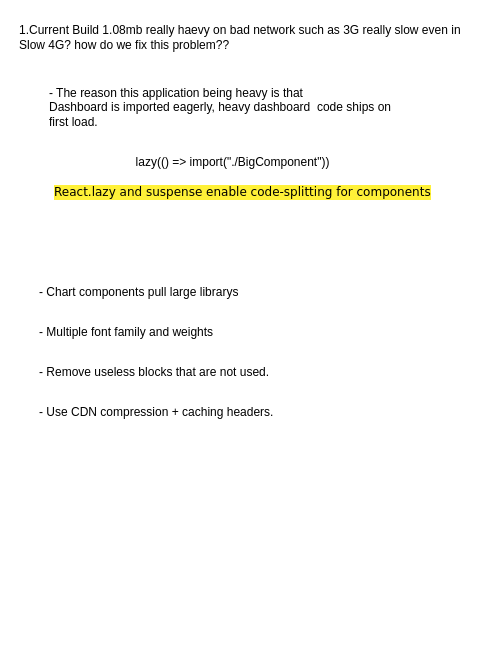
The draw.io diagram page "Problem" (6 of 6) of architecture.drawio in CyrusL06/TrackerGen-, before the edit. Source tidied: cells renumbered, new cells numbered last; positions are measured from the earlier drawing's top-left corner, leaving out a move shared by most shapes. Both pictures are drawn from the tidied source at 100%, with x=0, y=0 at pixel (17, 17).
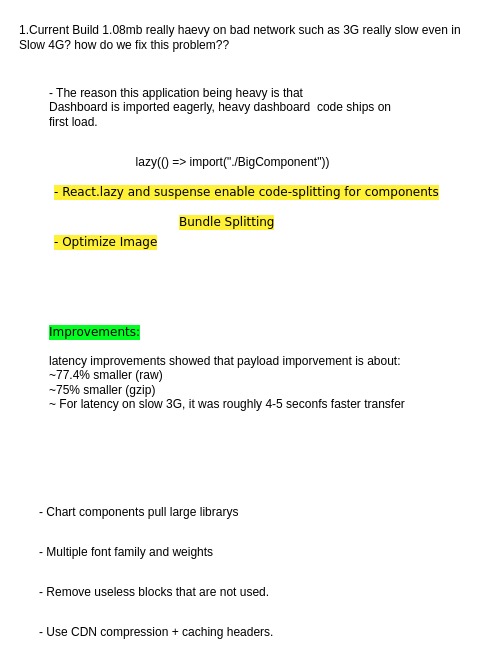
The same diagram, later.

The edit, as a diff of the source:
```diff
@@
 <mxGraphModel>
   <root>
     <mxCell id="0" />
     <mxCell id="1" parent="0" />
     <mxCell id="2" value="1.Current Build 1.08mb really haevy on bad network such as 3G really slow even in&amp;nbsp;&lt;div&gt;Slow 4G? how do we fix this problem??&amp;nbsp;&lt;/div&gt;" style="text;html=1;align=left;verticalAlign=middle;strokeColor=none;fillColor=none;" parent="1" vertex="1">
       <mxGeometry width="470" height="40" as="geometry" />
     </mxCell>
     <mxCell id="3" value="- The reason this application being heavy is that&amp;nbsp;&lt;div&gt;Dashboard is imported eagerly, heavy dashboard&amp;nbsp; code ships on&lt;/div&gt;&lt;div&gt;first load.&lt;/div&gt;" style="text;html=1;align=left;verticalAlign=middle;strokeColor=none;fillColor=none;" parent="1" vertex="1">
       <mxGeometry x="30" y="60" width="370" height="60" as="geometry" />
     </mxCell>
     <mxCell id="4" value="- Chart components pull large librarys" style="text;html=1;align=left;verticalAlign=middle;strokeColor=none;fillColor=none;" parent="1" vertex="1">
-      <mxGeometry x="20" y="260" width="220" height="30" as="geometry" />
+      <mxGeometry x="20" y="480" width="220" height="30" as="geometry" />
     </mxCell>
     <mxCell id="5" value="- Multiple font family and weights" style="text;html=1;align=left;verticalAlign=middle;strokeColor=none;fillColor=none;" parent="1" vertex="1">
-      <mxGeometry x="20" y="300" width="200" height="30" as="geometry" />
+      <mxGeometry x="20" y="520" width="200" height="30" as="geometry" />
     </mxCell>
     <mxCell id="6" value="- Remove useless blocks that are not used." style="text;html=1;align=left;verticalAlign=middle;strokeColor=none;fillColor=none;" parent="1" vertex="1">
-      <mxGeometry x="20" y="340" width="250" height="30" as="geometry" />
+      <mxGeometry x="20" y="560" width="250" height="30" as="geometry" />
     </mxCell>
     <mxCell id="7" value="- Use CDN compression + caching headers." style="text;html=1;align=left;verticalAlign=middle;strokeColor=none;fillColor=none;" parent="1" vertex="1">
-      <mxGeometry x="20" y="380" width="260" height="30" as="geometry" />
+      <mxGeometry x="20" y="600" width="260" height="30" as="geometry" />
     </mxCell>
     <mxCell id="8" value="lazy(() =&amp;gt; import(&quot;./BigComponent&quot;))" style="text;html=1;align=center;verticalAlign=middle;strokeColor=none;fillColor=none;" parent="1" vertex="1">
       <mxGeometry x="105" y="130" width="220" height="30" as="geometry" />
     </mxCell>
-    <mxCell id="9" value="React.lazy and suspense enable code-splitting for components" style="text;html=1;align=left;verticalAlign=middle;strokeColor=none;fillColor=none;fontFamily=Verdana;labelBackgroundColor=#FFF138;" parent="1" vertex="1">
-      <mxGeometry x="35" y="160" width="400" height="30" as="geometry" />
+    <mxCell id="9" value="- React.lazy and suspense enable code-splitting for components" style="text;html=1;align=left;verticalAlign=middle;strokeColor=none;fillColor=none;fontFamily=Verdana;labelBackgroundColor=#FFF138;" parent="1" vertex="1">
+      <mxGeometry x="35" y="160" width="410" height="30" as="geometry" />
     </mxCell>
+    <mxCell id="10" value="Bundle Splitting" style="text;html=1;align=left;verticalAlign=middle;strokeColor=none;fillColor=none;fontFamily=Verdana;labelBackgroundColor=#FFF138;" parent="1" vertex="1">
+      <mxGeometry x="160" y="190" width="120" height="30" as="geometry" />
+    </mxCell>
+    <mxCell id="11" value="Improvements:" style="text;html=1;align=left;verticalAlign=middle;strokeColor=none;fillColor=none;fontFamily=Verdana;labelBackgroundColor=#00FF21;" parent="1" vertex="1">
+      <mxGeometry x="30" y="300" width="120" height="30" as="geometry" />
+    </mxCell>
+    <mxCell id="12" value="latency improvements showed that payload imporvement is about:&lt;div&gt;~77.4% smaller (raw)&lt;/div&gt;&lt;div&gt;~75% smaller (gzip)&lt;/div&gt;&lt;div&gt;~ For latency on slow 3G, it was roughly 4-5 seconfs faster transfer&lt;/div&gt;" style="text;html=1;align=left;verticalAlign=middle;strokeColor=none;fillColor=none;" parent="1" vertex="1">
+      <mxGeometry x="30" y="330" width="380" height="70" as="geometry" />
+    </mxCell>
+    <mxCell id="13" value="- Optimize Image" style="text;html=1;align=left;verticalAlign=middle;strokeColor=none;fillColor=none;fontFamily=Verdana;labelBackgroundColor=#FFF138;" parent="1" vertex="1">
+      <mxGeometry x="35" y="210" width="130" height="30" as="geometry" />
+    </mxCell>
   </root>
 </mxGraphModel>
```
